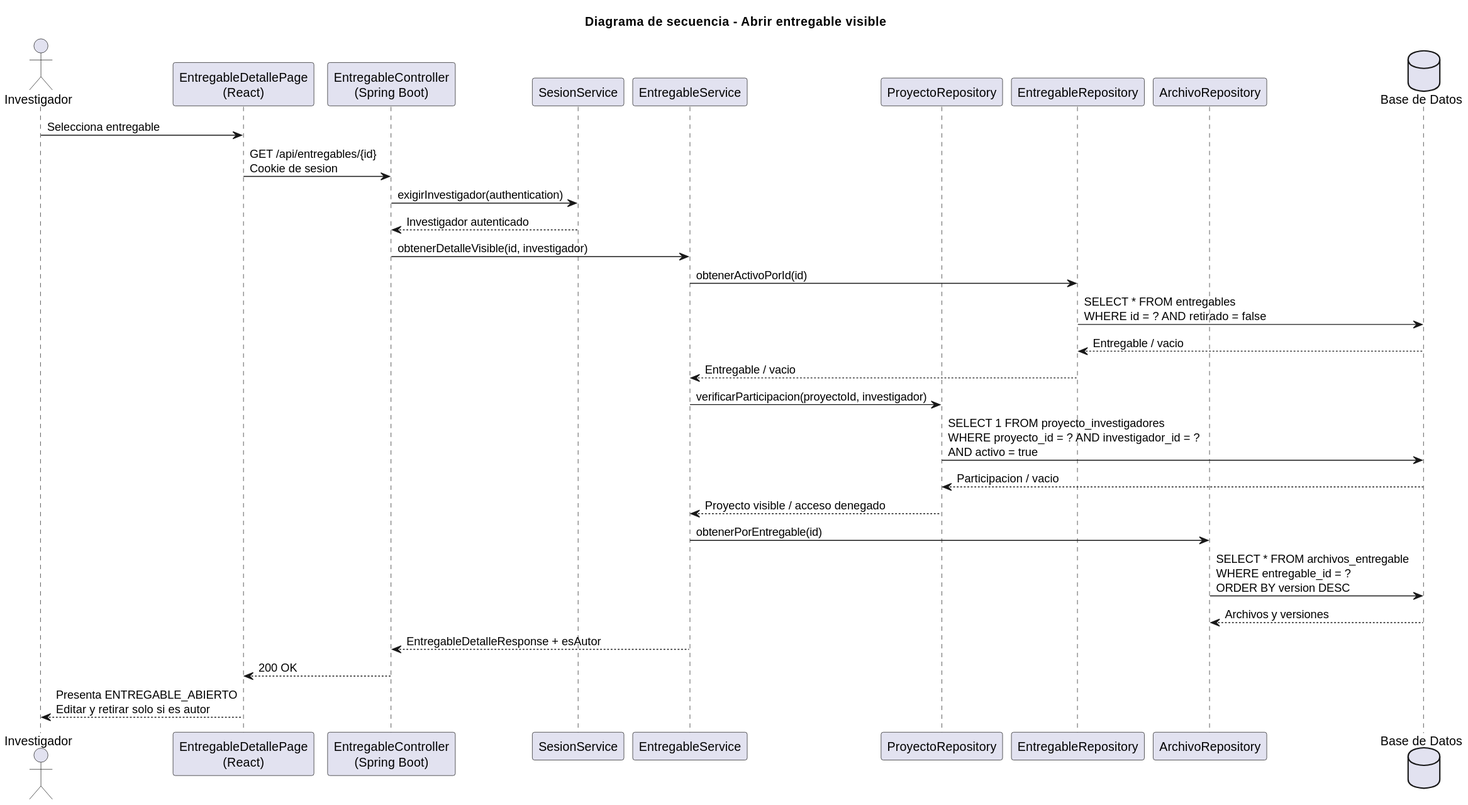
Before: images/RUP/02-diseño/casos-uso/investigador/abrirEntregable/secuencia.svg, a diagram exported from PlantUML (beatriizorozco/25-26-idsw2-sdVC).
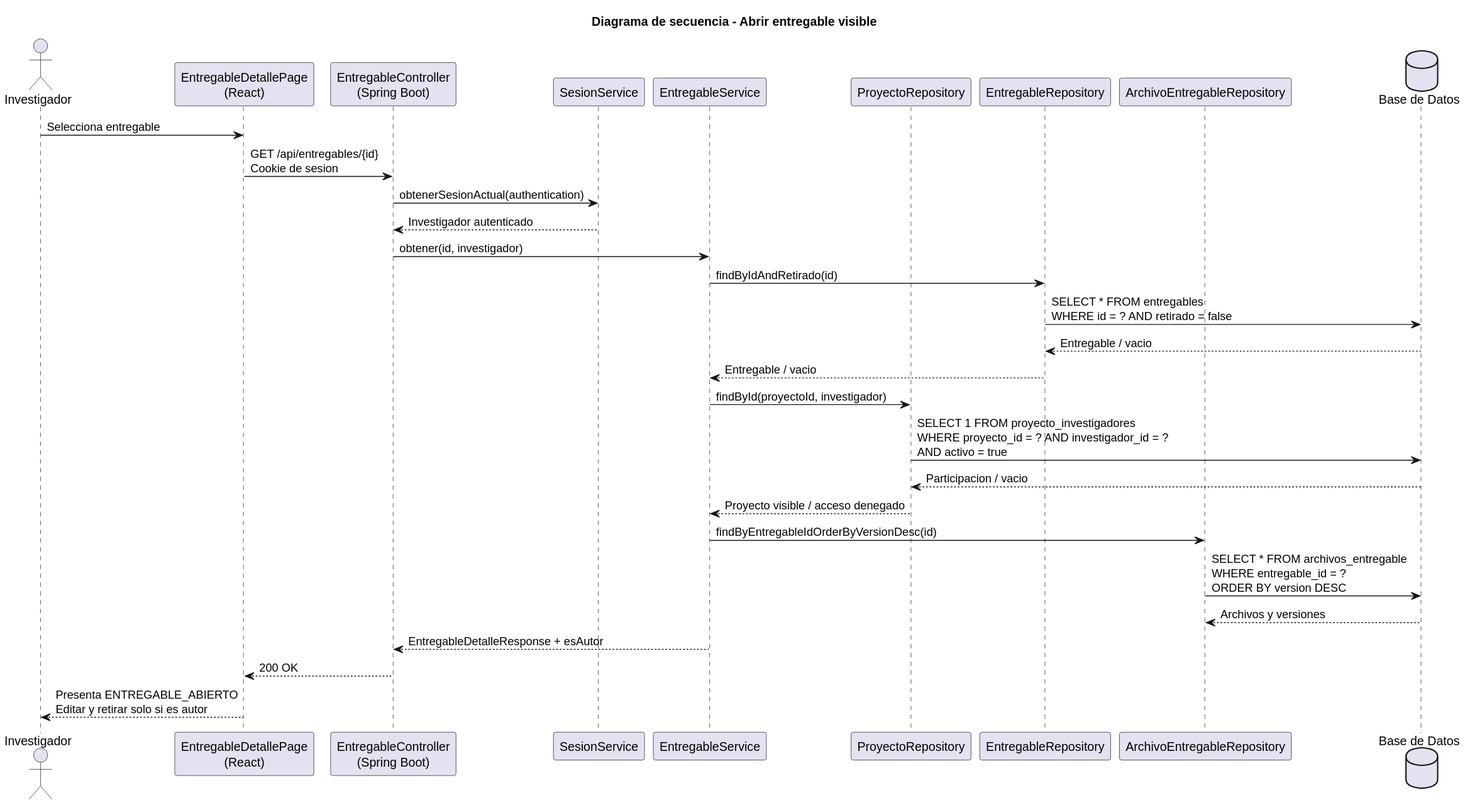
Later version of the same file.

What changed in the source:
```diff
@@ -7,23 +7,23 @@
 participant "EntregableService" as Service
 participant "ProyectoRepository" as ProyectoRepo
 participant "EntregableRepository" as Repo
-participant "ArchivoRepository" as ArchivoRepo
+participant "ArchivoEntregableRepository" as ArchivoRepo
 database "Base de Datos" as DB
 
 Investigador -> Frontend: Selecciona entregable
 Frontend -> Api: GET /api/entregables/{id}\nCookie de sesion
-Api -> Sesion: exigirInvestigador(authentication)
+Api -> Sesion: obtenerSesionActual(authentication)
 Sesion --> Api: Investigador autenticado
-Api -> Service: obtenerDetalleVisible(id, investigador)
-Service -> Repo: obtenerActivoPorId(id)
+Api -> Service: obtener(id, investigador)
+Service -> Repo: findByIdAndRetirado(id)
 Repo -> DB: SELECT * FROM entregables\nWHERE id = ? AND retirado = false
 DB --> Repo: Entregable / vacio
 Repo --> Service: Entregable / vacio
-Service -> ProyectoRepo: verificarParticipacion(proyectoId, investigador)
+Service -> ProyectoRepo: findById(proyectoId, investigador)
 ProyectoRepo -> DB: SELECT 1 FROM proyecto_investigadores\nWHERE proyecto_id = ? AND investigador_id = ?\nAND activo = true
 DB --> ProyectoRepo: Participacion / vacio
 ProyectoRepo --> Service: Proyecto visible / acceso denegado
-Service -> ArchivoRepo: obtenerPorEntregable(id)
+Service -> ArchivoRepo: findByEntregableIdOrderByVersionDesc(id)
 ArchivoRepo -> DB: SELECT * FROM archivos_entregable\nWHERE entregable_id = ?\nORDER BY version DESC
 DB --> ArchivoRepo: Archivos y versiones
 Service --> Api: EntregableDetalleResponse + esAutor
```
